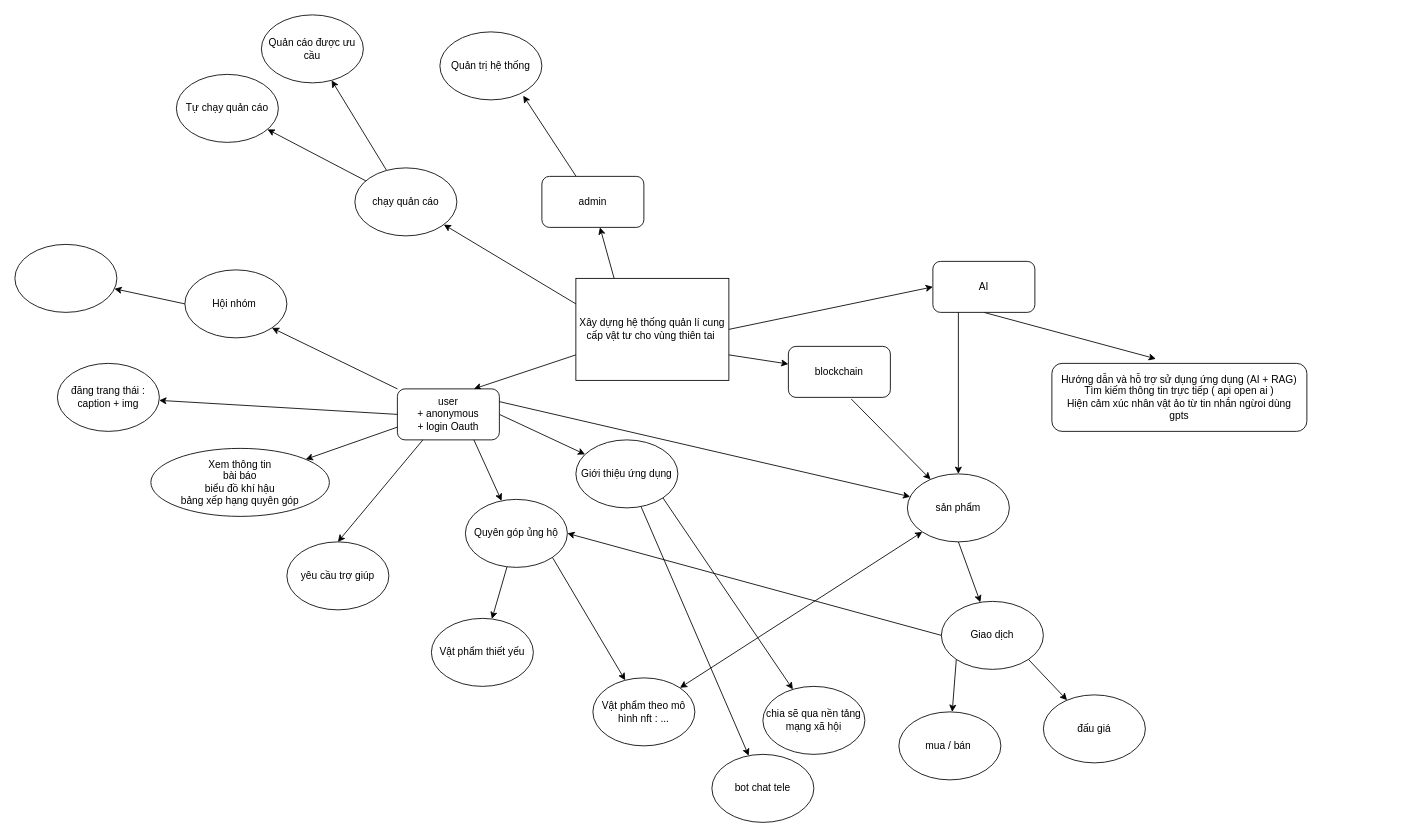
This is design.dio from cnkhUtc2/design, a draw.io file, before an edit. Source tidied: cells renumbered, new cells numbered last; positions are measured from the earlier drawing's top-left corner, leaving out a move shared by most shapes. Both pictures are drawn from the tidied source at 85%, with x=0, y=0 at pixel (14, 14).
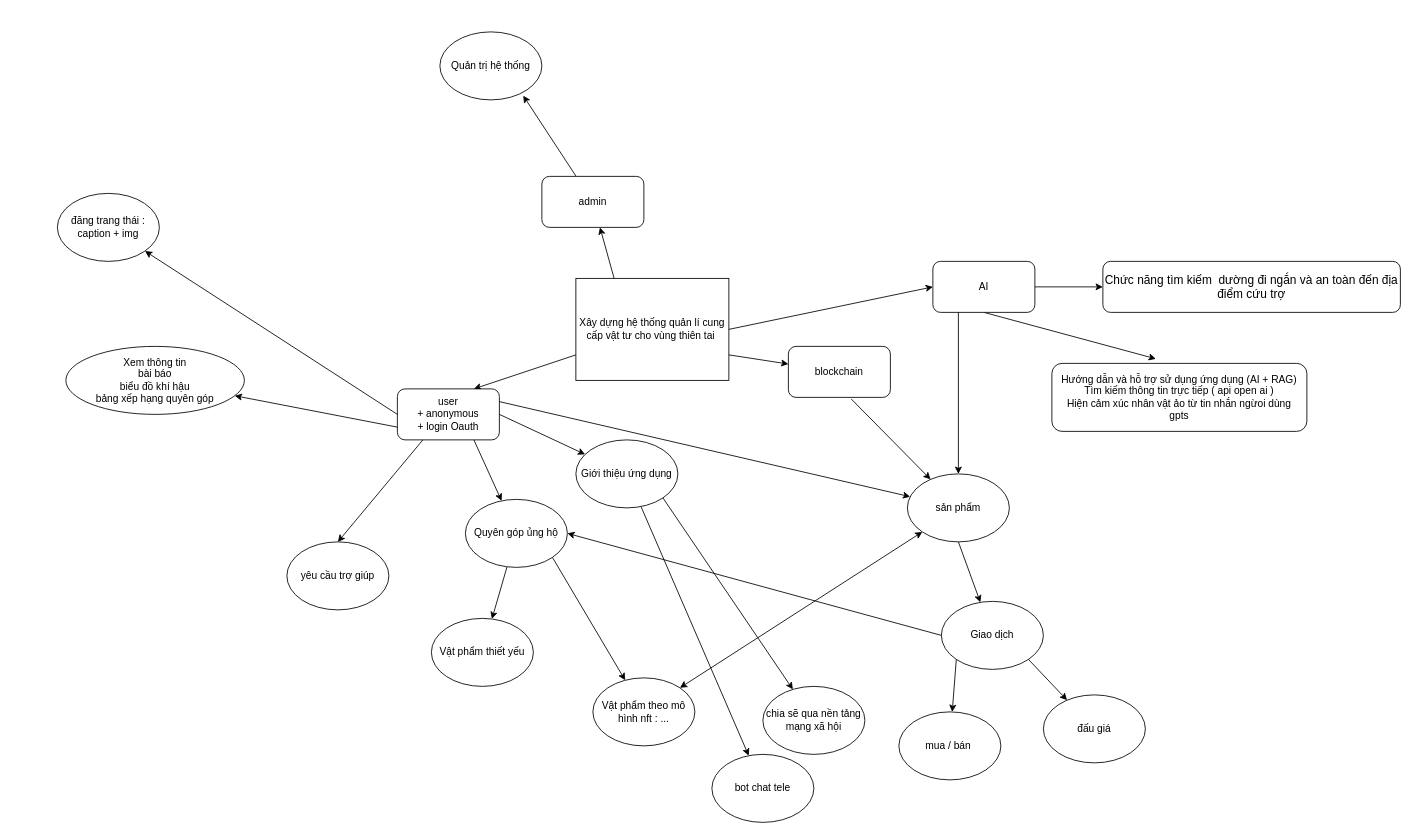
The same diagram, later.

Commit message:
Bỏ chức năng chạy quảng cáo, bỏ chức năng hội nhóm của user, thêm chức năng cho AI

Unchanged cells that the change refers to:
```xml
<mxCell id="3" value="Xây dựng hệ thống quản lí cung cấp vật tư cho vùng thiên tai&amp;nbsp;" style="rounded=0;whiteSpace=wrap;html=1;" parent="1" vertex="1">
  <mxGeometry x="660" y="310" width="180" height="120" as="geometry" />
</mxCell>
<mxCell id="5" value="user&lt;br&gt;+ anonymous&lt;br&gt;+ login Oauth" style="rounded=1;whiteSpace=wrap;html=1;" parent="1" vertex="1">
  <mxGeometry x="450" y="440" width="120" height="60" as="geometry" />
</mxCell>
<mxCell id="17" value="AI" style="rounded=1;whiteSpace=wrap;html=1;" parent="1" vertex="1">
  <mxGeometry x="1080" y="290" width="120" height="60" as="geometry" />
</mxCell>
```

Diff of the diagram source:
```diff
@@
     <mxCell id="14" value="Xem thông tin&lt;br&gt;bài báo&lt;br&gt;biểu đồ khí hậu&lt;br&gt;bảng xếp hạng quyên góp" style="ellipse;whiteSpace=wrap;html=1;" parent="1" vertex="1">
-      <mxGeometry x="160" y="510" width="210" height="80" as="geometry" />
+      <mxGeometry x="60" y="390" width="210" height="80" as="geometry" />
     </mxCell>
@@
+    <mxCell id="55" style="edgeStyle=none;html=1;" parent="1" edge="1" source="17" target="56">
+      <mxGeometry relative="1" as="geometry" />
+    </mxCell>
@@
-    <mxCell id="19" style="endArrow=classic;html=1;exitX=0;exitY=0.25;exitDx=0;exitDy=0;" parent="1" edge="1" source="3" target="21">
-      <mxGeometry relative="1" as="geometry" />
-    </mxCell>
-    <mxCell id="20" style="edgeStyle=none;html=1;" parent="1" edge="1" source="21" target="32">
-      <mxGeometry relative="1" as="geometry" />
-    </mxCell>
-    <mxCell id="21" value="chạy quản cáo" style="ellipse;whiteSpace=wrap;html=1;" parent="1" vertex="1">
-      <mxGeometry x="400" y="180" width="120" height="80" as="geometry" />
-    </mxCell>
@@
-    <mxCell id="30" style="endArrow=classic;html=1;" parent="1" edge="1" source="21" target="31">
-      <mxGeometry relative="1" as="geometry" />
-    </mxCell>
-    <mxCell id="31" value="Tự chạy quản cáo" style="ellipse;whiteSpace=wrap;html=1;" parent="1" vertex="1">
-      <mxGeometry x="190" y="70" width="120" height="80" as="geometry" />
-    </mxCell>
-    <mxCell id="32" value="Quản cáo được ưu cầu" style="ellipse;whiteSpace=wrap;html=1;" parent="1" vertex="1">
-      <mxGeometry x="290" width="120" height="80" as="geometry" />
-    </mxCell>
@@
     <mxCell id="34" value="đăng trang thái : caption + img" style="ellipse;whiteSpace=wrap;html=1;" parent="1" vertex="1">
-      <mxGeometry x="50" y="410" width="120" height="80" as="geometry" />
+      <mxGeometry x="50" y="210" width="120" height="80" as="geometry" />
     </mxCell>
@@
-    <mxCell id="49" style="endArrow=classic;html=1;exitX=0;exitY=0;exitDx=0;exitDy=0;entryX=1;entryY=1;entryDx=0;entryDy=0;" parent="1" edge="1" source="5" target="50">
-      <mxGeometry relative="1" as="geometry" />
-    </mxCell>
-    <mxCell id="50" value="Hội nhóm&amp;nbsp;" style="ellipse;whiteSpace=wrap;html=1;" parent="1" vertex="1">
-      <mxGeometry x="200" y="300" width="120" height="80" as="geometry" />
-    </mxCell>
-    <mxCell id="51" style="endArrow=classic;html=1;exitX=0;exitY=0.5;exitDx=0;exitDy=0;" parent="1" edge="1" source="50" target="52">
-      <mxGeometry relative="1" as="geometry" />
-    </mxCell>
-    <mxCell id="52" style="ellipse;whiteSpace=wrap;html=1;" parent="1" vertex="1">
-      <mxGeometry y="270" width="120" height="80" as="geometry" />
-    </mxCell>
@@
+    <mxCell id="56" value="&lt;font style=&quot;font-size: 14px;&quot;&gt;Chức năng tìm kiếm&amp;nbsp; dường đi ngắn và an toàn đến địa điểm cứu trợ&lt;/font&gt;" style="rounded=1;whiteSpace=wrap;html=1;" parent="1" vertex="1">
+      <mxGeometry x="1280" y="290" width="350" height="60" as="geometry" />
+    </mxCell>
```
